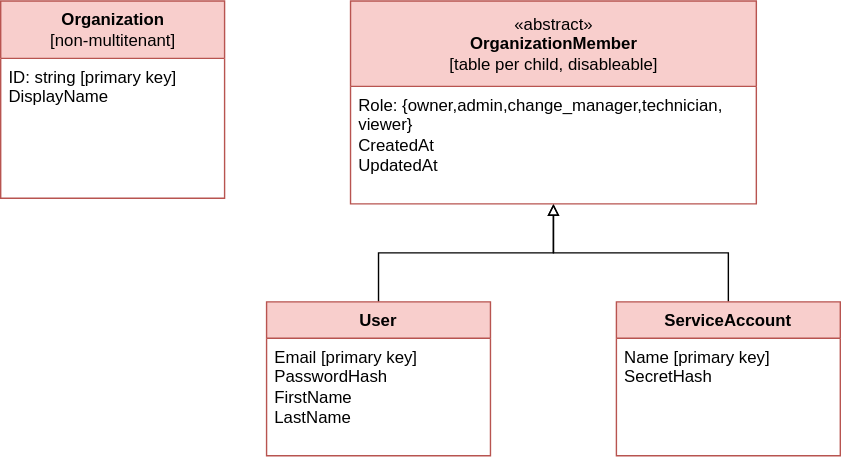
The draw.io diagram devdocs/organizations-users-service-accounts.drawio.svg in fullstaq-labs/sqedule, before a commit. Source tidied: cells renumbered, new cells last; positions are measured from the earlier drawing's top-left corner, leaving out a move shared by most shapes. Its diagram source:
```xml
<mxGraphModel>
  <root>
    <mxCell id="0" />
    <mxCell id="1" parent="0" />
    <mxCell id="2" style="edgeStyle=orthogonalEdgeStyle;rounded=0;jettySize=auto;html=1;endArrow=block;endFill=0;entryX=0.5;entryY=1;entryDx=0;entryDy=0;" parent="1" edge="1" source="4" target="8">
      <mxGeometry relative="1" as="geometry" />
    </mxCell>
    <mxCell id="3" style="edgeStyle=orthogonalEdgeStyle;rounded=0;jettySize=auto;html=1;endArrow=block;endFill=0;exitX=0.5;exitY=0;exitDx=0;exitDy=0;entryX=0.5;entryY=1;entryDx=0;entryDy=0;" parent="1" edge="1" source="6" target="8">
      <mxGeometry relative="1" as="geometry" />
    </mxCell>
    <mxCell id="4" value="ServiceAccount" style="swimlane;fontStyle=1;horizontal=1;startSize=26;fillColor=#f8cecc;strokeColor=#b85450;swimlaneFillColor=#ffffff;" parent="1" vertex="1">
      <mxGeometry x="440" y="215" width="160" height="110" as="geometry" />
    </mxCell>
    <mxCell id="5" value="Name [primary key]&#10;SecretHash" style="text;strokeColor=none;fillColor=none;align=left;verticalAlign=top;spacingLeft=4;spacingRight=4;overflow=hidden;whiteSpace=wrap;" parent="4" vertex="1">
      <mxGeometry y="26" width="160" height="84" as="geometry" />
    </mxCell>
    <mxCell id="6" value="User" style="swimlane;fontStyle=1;horizontal=1;startSize=26;fillColor=#f8cecc;strokeColor=#b85450;swimlaneFillColor=#ffffff;" parent="1" vertex="1">
      <mxGeometry x="190" y="215" width="160" height="110" as="geometry" />
    </mxCell>
    <mxCell id="7" value="Email [primary key]&#10;PasswordHash&#10;FirstName&#10;LastName" style="text;strokeColor=none;fillColor=none;align=left;verticalAlign=top;spacingLeft=4;spacingRight=4;overflow=hidden;whiteSpace=wrap;" parent="6" vertex="1">
      <mxGeometry y="26" width="160" height="84" as="geometry" />
    </mxCell>
    <mxCell id="8" value="&lt;span style=&quot;font-weight: 400&quot;&gt;«abstract»&lt;/span&gt;&lt;br&gt;OrganizationMember&lt;br&gt;&lt;span style=&quot;font-weight: normal&quot;&gt;[table per child, disableable]&lt;/span&gt;" style="swimlane;fontStyle=1;horizontal=1;startSize=61;fillColor=#f8cecc;strokeColor=#b85450;swimlaneFillColor=#ffffff;html=1;" parent="1" vertex="1">
      <mxGeometry x="250" width="290" height="145" as="geometry" />
    </mxCell>
    <mxCell id="9" value="Role: {owner,admin,change_manager,technician, viewer}&#10;CreatedAt&#10;UpdatedAt" style="text;strokeColor=none;fillColor=none;align=left;verticalAlign=top;spacingLeft=4;spacingRight=4;overflow=hidden;whiteSpace=wrap;" parent="8" vertex="1">
      <mxGeometry y="61" width="290" height="84" as="geometry" />
    </mxCell>
    <mxCell id="10" value="&lt;b&gt;Organization&lt;/b&gt;&lt;br&gt;[non-multitenant]" style="swimlane;fontStyle=0;horizontal=1;startSize=41;fillColor=#f8cecc;strokeColor=#b85450;swimlaneFillColor=#ffffff;html=1;" parent="1" vertex="1">
      <mxGeometry width="160" height="141" as="geometry" />
    </mxCell>
    <mxCell id="11" value="ID: string [primary key]&#10;DisplayName" style="text;strokeColor=none;fillColor=none;align=left;verticalAlign=top;spacingLeft=4;spacingRight=4;overflow=hidden;" parent="10" vertex="1">
      <mxGeometry y="41" width="160" height="100" as="geometry" />
    </mxCell>
  </root>
</mxGraphModel>
```
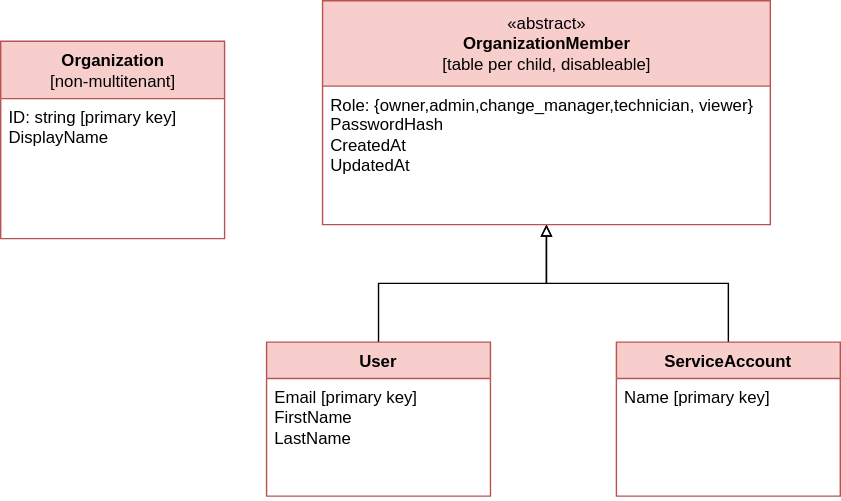
After the commit.

Diff of the diagram source:
```diff
@@ -11,20 +11,20 @@
     <mxCell id="4" value="ServiceAccount" style="swimlane;fontStyle=1;horizontal=1;startSize=26;fillColor=#f8cecc;strokeColor=#b85450;swimlaneFillColor=#ffffff;" parent="1" vertex="1">
       <mxGeometry x="440" y="215" width="160" height="110" as="geometry" />
     </mxCell>
-    <mxCell id="5" value="Name [primary key]&#10;SecretHash" style="text;strokeColor=none;fillColor=none;align=left;verticalAlign=top;spacingLeft=4;spacingRight=4;overflow=hidden;whiteSpace=wrap;" parent="4" vertex="1">
+    <mxCell id="5" value="Name [primary key]" style="text;strokeColor=none;fillColor=none;align=left;verticalAlign=top;spacingLeft=4;spacingRight=4;overflow=hidden;whiteSpace=wrap;" parent="4" vertex="1">
       <mxGeometry y="26" width="160" height="84" as="geometry" />
     </mxCell>
     <mxCell id="6" value="User" style="swimlane;fontStyle=1;horizontal=1;startSize=26;fillColor=#f8cecc;strokeColor=#b85450;swimlaneFillColor=#ffffff;" parent="1" vertex="1">
       <mxGeometry x="190" y="215" width="160" height="110" as="geometry" />
     </mxCell>
-    <mxCell id="7" value="Email [primary key]&#10;PasswordHash&#10;FirstName&#10;LastName" style="text;strokeColor=none;fillColor=none;align=left;verticalAlign=top;spacingLeft=4;spacingRight=4;overflow=hidden;whiteSpace=wrap;" parent="6" vertex="1">
+    <mxCell id="7" value="Email [primary key]&#10;FirstName&#10;LastName" style="text;strokeColor=none;fillColor=none;align=left;verticalAlign=top;spacingLeft=4;spacingRight=4;overflow=hidden;whiteSpace=wrap;" parent="6" vertex="1">
       <mxGeometry y="26" width="160" height="84" as="geometry" />
     </mxCell>
     <mxCell id="8" value="&lt;span style=&quot;font-weight: 400&quot;&gt;«abstract»&lt;/span&gt;&lt;br&gt;OrganizationMember&lt;br&gt;&lt;span style=&quot;font-weight: normal&quot;&gt;[table per child, disableable]&lt;/span&gt;" style="swimlane;fontStyle=1;horizontal=1;startSize=61;fillColor=#f8cecc;strokeColor=#b85450;swimlaneFillColor=#ffffff;html=1;" parent="1" vertex="1">
-      <mxGeometry x="250" width="290" height="145" as="geometry" />
+      <mxGeometry x="230" y="-29" width="320" height="160" as="geometry" />
     </mxCell>
-    <mxCell id="9" value="Role: {owner,admin,change_manager,technician, viewer}&#10;CreatedAt&#10;UpdatedAt" style="text;strokeColor=none;fillColor=none;align=left;verticalAlign=top;spacingLeft=4;spacingRight=4;overflow=hidden;whiteSpace=wrap;" parent="8" vertex="1">
-      <mxGeometry y="61" width="290" height="84" as="geometry" />
+    <mxCell id="9" value="Role: {owner,admin,change_manager,technician, viewer}&#10;PasswordHash&#10;CreatedAt&#10;UpdatedAt" style="text;strokeColor=none;fillColor=none;align=left;verticalAlign=top;spacingLeft=4;spacingRight=4;overflow=hidden;whiteSpace=wrap;" parent="8" vertex="1">
+      <mxGeometry y="61" width="320" height="99" as="geometry" />
     </mxCell>
     <mxCell id="10" value="&lt;b&gt;Organization&lt;/b&gt;&lt;br&gt;[non-multitenant]" style="swimlane;fontStyle=0;horizontal=1;startSize=41;fillColor=#f8cecc;strokeColor=#b85450;swimlaneFillColor=#ffffff;html=1;" parent="1" vertex="1">
       <mxGeometry width="160" height="141" as="geometry" />
```
